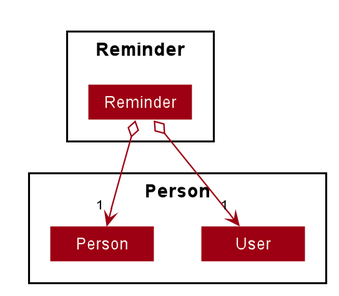
syinyichen/main keeps this PlantUML diagram as docs/images/ModelReminderClassDiagram.png. Above is the earlier version.
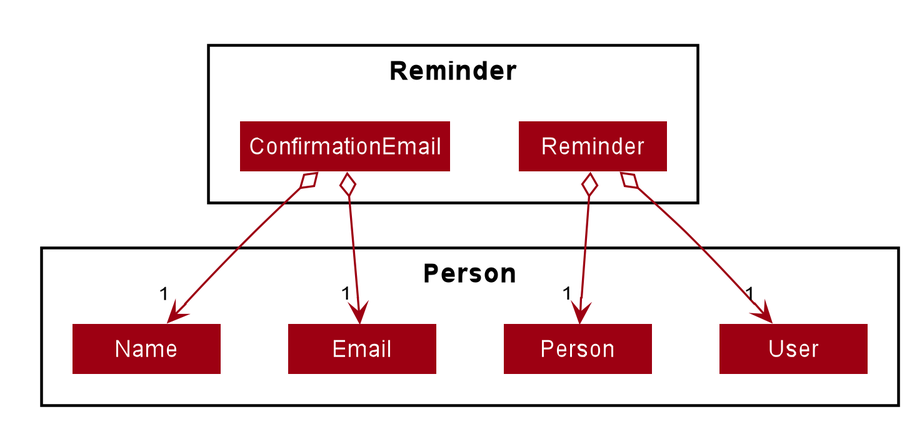
The same file after the commit.

Commit message:
Update manual testing for reminder

Change to the diagram source:
```diff
@@ -58,14 +58,19 @@
 
 Package Reminder {
 Class Reminder
+Class ConfirmationEmail
 }
 
 Package Person {
 Class User
 Class Person
+Class Email
+Class Name
 }
 
 Reminder o--> "1" User
 Reminder o--> "1" Person
+ConfirmationEmail o--> "1" Name
+ConfirmationEmail o--> "1" Email
 
 @enduml
```
